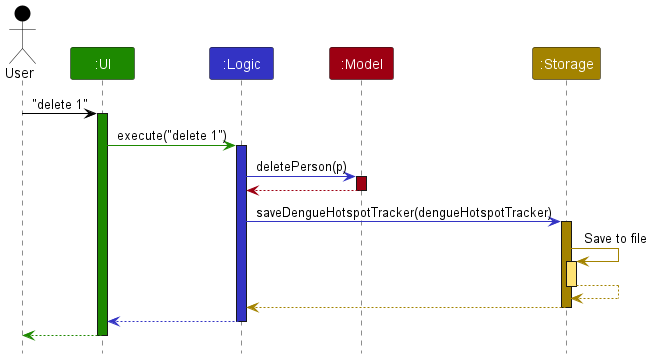
The PlantUML diagram docs/images/ArchitectureSequenceDiagram.png in nus-cs2103-AY2223S2/tp, before a commit.
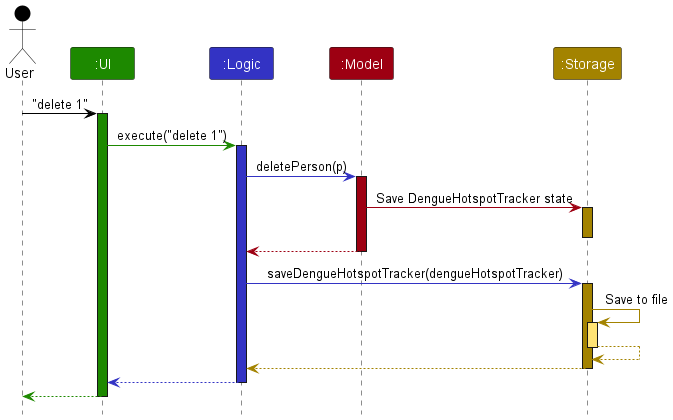
Above is the later version.

What changed in the source:
```diff
@@ -15,7 +15,9 @@
 
 logic -[LOGIC_COLOR]> model : deletePerson(p)
 activate model MODEL_COLOR
-
+model -[MODEL_COLOR]> storage : Save DengueHotspotTracker state
+activate storage STORAGE_COLOR
+deactivate storage
 model -[MODEL_COLOR]-> logic
 deactivate model
 
```
